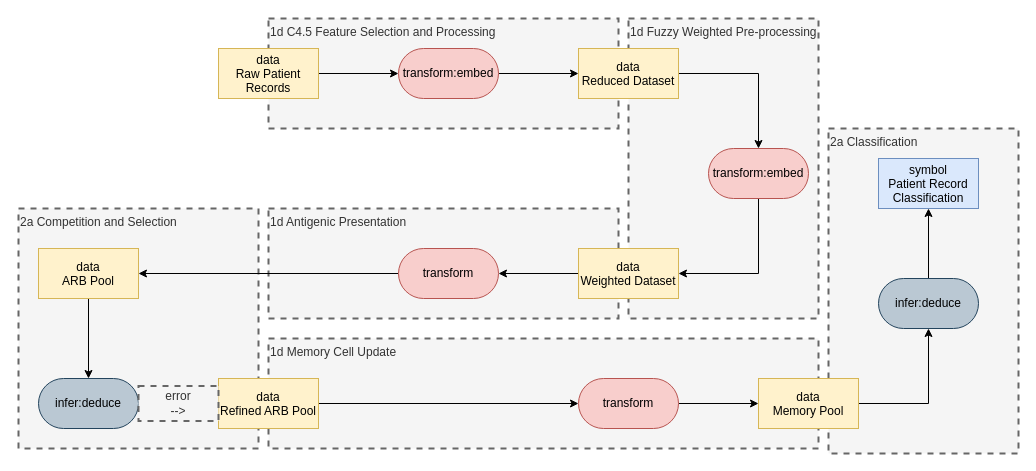
zonnesmit/thesis keeps this draw.io diagram as page "Page-1" (1 of 2) of medical patterns to boxologies/Rule-Based Method pre-processes input data for ML Prediction (RBML)/A hybrid approach to medical decision support systems: Combining feature selection, fuzzy weighted pre-processing and AIRS.drawio. Above is the earlier version. Source tidied: cells renumbered, new cells numbered last; positions are measured from the earlier drawing's top-left corner, leaving out a move shared by most shapes. Both pictures are drawn from the tidied source at 100%, with x=0, y=0 at pixel (18, 18).
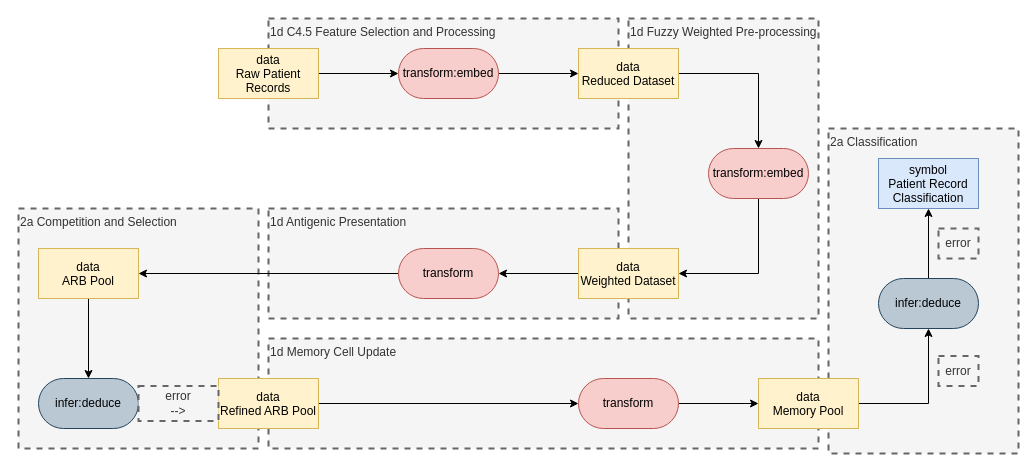
After the change.

What changed in the source:
```diff
@@
+    <mxCell id="33" value="error" style="text;html=1;align=center;verticalAlign=middle;whiteSpace=wrap;rounded=0;dashed=1;fillColor=#f5f5f5;fontColor=#333333;strokeColor=#666666;strokeWidth=2;" parent="1" vertex="1">
+      <mxGeometry x="920" y="337.5" width="40" height="30" as="geometry" />
+    </mxCell>
+    <mxCell id="34" value="error" style="text;html=1;align=center;verticalAlign=middle;whiteSpace=wrap;rounded=0;dashed=1;fillColor=#f5f5f5;fontColor=#333333;strokeColor=#666666;strokeWidth=2;" parent="1" vertex="1">
+      <mxGeometry x="920" y="210" width="40" height="30" as="geometry" />
+    </mxCell>
```
